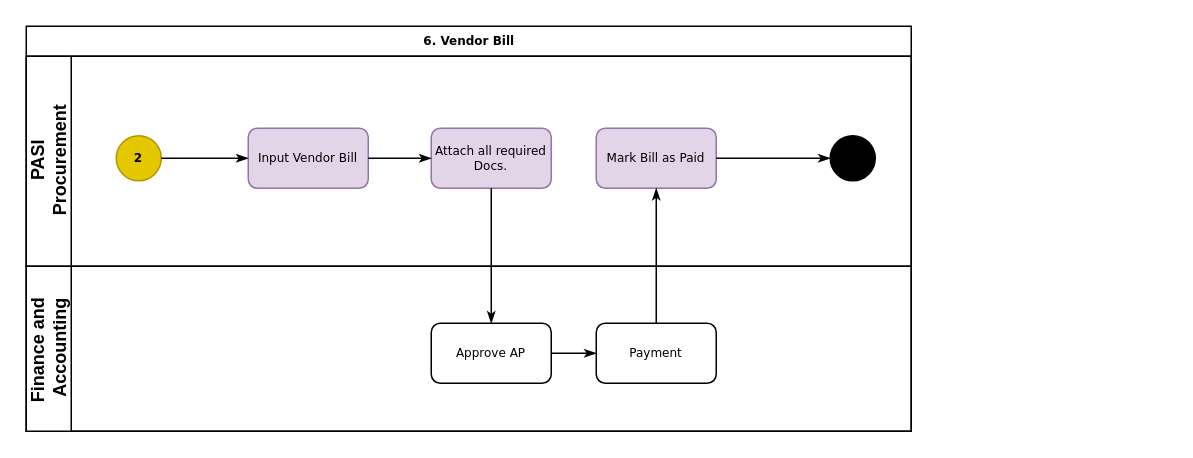
The draw.io diagram page "4. Vendor Bill" (4 of 5) of PASI - WMS.drawio in hendrasaputra0501/pasi-bpa, before the edit. Source tidied: cells renumbered, new cells numbered last; positions are measured from the earlier drawing's top-left corner, leaving out a move shared by most shapes. Both pictures are drawn from the tidied source at 150%, with x=0, y=0 at pixel (26, 26).
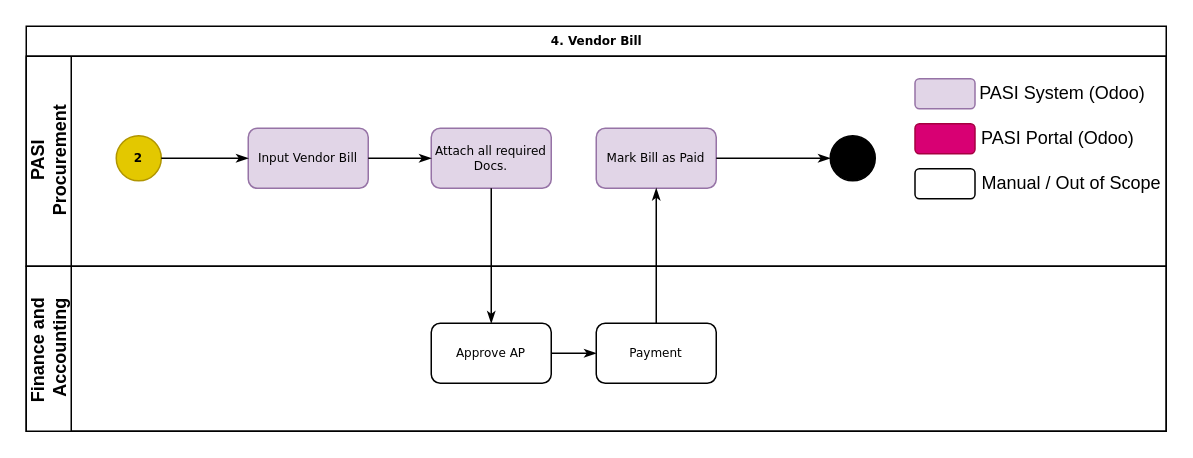
The same page after the edit.

The edit, as a diff of the source:
```diff
@@
-    <mxCell id="2" value="6. Vendor Bill" style="swimlane;html=1;horizontal=1;startSize=20;rounded=0;shadow=0;labelBackgroundColor=none;strokeWidth=1;fontFamily=Verdana;fontSize=8;align=center;" parent="1" vertex="1">
-      <mxGeometry width="590" height="270" as="geometry" />
+    <mxCell id="2" value="4&lt;span style=&quot;background-color: initial;&quot;&gt;. Vendor Bill&lt;/span&gt;" style="swimlane;html=1;horizontal=1;startSize=20;rounded=0;shadow=0;labelBackgroundColor=none;strokeWidth=1;fontFamily=Verdana;fontSize=8;align=center;" parent="1" vertex="1">
+      <mxGeometry width="760" height="270" as="geometry" />
     </mxCell>
     <mxCell id="3" value="PASI&lt;div&gt;Procurement&lt;/div&gt;" style="swimlane;html=1;startSize=30;horizontal=0;" parent="2" vertex="1">
-      <mxGeometry y="20" width="590" height="140" as="geometry" />
+      <mxGeometry y="20" width="760" height="140" as="geometry" />
     </mxCell>
@@
+    <mxCell id="18" style="rounded=1;whiteSpace=wrap;html=1;fontSize=8;fillColor=#e1d5e7;strokeColor=#9673a6;shadow=0;strokeWidth=1;align=center;verticalAlign=middle;fontFamily=Verdana;fontColor=default;labelBackgroundColor=none;" parent="3" vertex="1">
+      <mxGeometry x="592.5" y="15" width="40" height="20" as="geometry" />
+    </mxCell>
+    <mxCell id="19" style="rounded=1;whiteSpace=wrap;html=1;fontSize=8;fillColor=#d80073;strokeColor=#A50040;shadow=0;strokeWidth=1;align=center;verticalAlign=middle;fontFamily=Verdana;fontColor=#ffffff;labelBackgroundColor=none;" parent="3" vertex="1">
+      <mxGeometry x="592.5" y="45" width="40" height="20" as="geometry" />
+    </mxCell>
+    <mxCell id="20" style="rounded=1;whiteSpace=wrap;html=1;fontSize=10;" parent="3" vertex="1">
+      <mxGeometry x="592.5" y="75" width="40" height="20" as="geometry" />
+    </mxCell>
+    <mxCell id="21" value="PASI System (Odoo)" style="text;html=1;strokeColor=none;fillColor=none;align=center;verticalAlign=middle;whiteSpace=wrap;rounded=0;" parent="3" vertex="1">
+      <mxGeometry x="632.5" y="10" width="115.5" height="30" as="geometry" />
+    </mxCell>
+    <mxCell id="22" value="PASI Portal (Odoo)" style="text;html=1;strokeColor=none;fillColor=none;align=center;verticalAlign=middle;whiteSpace=wrap;rounded=0;" parent="3" vertex="1">
+      <mxGeometry x="632.5" y="40" width="110" height="30" as="geometry" />
+    </mxCell>
+    <mxCell id="23" value="Manual / Out of Scope" style="text;html=1;strokeColor=none;fillColor=none;align=center;verticalAlign=middle;whiteSpace=wrap;rounded=0;" parent="3" vertex="1">
+      <mxGeometry x="632.5" y="70" width="127.5" height="30" as="geometry" />
+    </mxCell>
     <mxCell id="12" value="Finance and&amp;nbsp;&lt;div&gt;Accounting&lt;/div&gt;" style="swimlane;html=1;startSize=30;horizontal=0;" parent="2" vertex="1">
-      <mxGeometry y="160" width="590" height="110" as="geometry" />
+      <mxGeometry y="160" width="760" height="110" as="geometry" />
     </mxCell>
```
